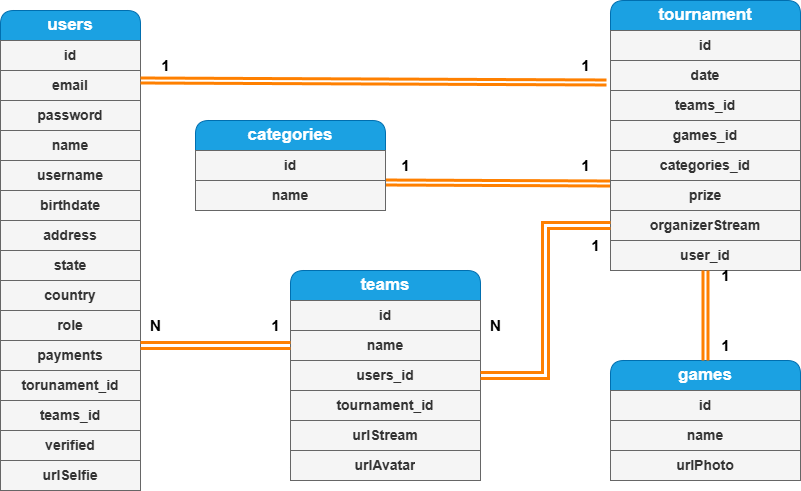
This is Diagrama Entidad Relaciones Game Stream Tournament.drawio.png from FabricioIrazoqui/DiagramaEntidad-GameStreamTorunament, a draw.io export, as it was before one commit. Source tidied: cells renumbered, new cells last; positions are measured from the earlier drawing's top-left corner, leaving out a move shared by most shapes.
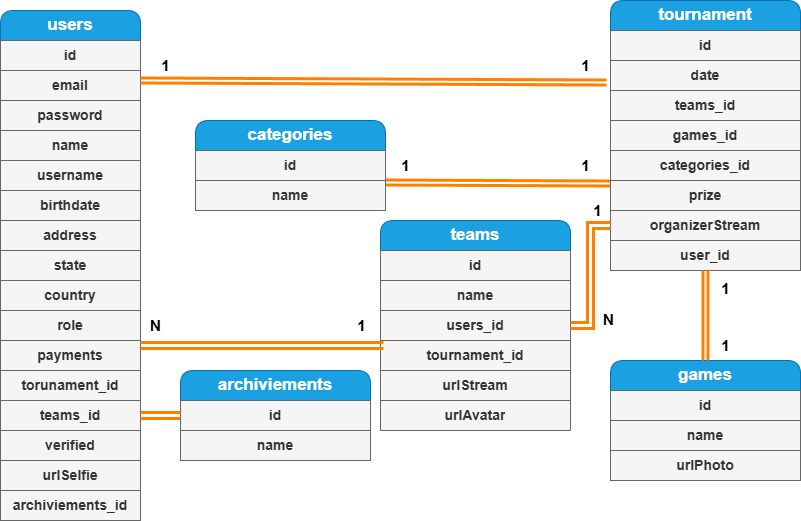
Above is the later version.

Change to the diagram source:
```diff
@@ -3,7 +3,7 @@
     <mxCell id="0" />
     <mxCell id="1" parent="0" />
     <mxCell id="2" value="&lt;b&gt;&lt;font style=&quot;font-size: 17px;&quot;&gt;users&lt;/font&gt;&lt;/b&gt;" style="swimlane;fontStyle=0;horizontal=1;startSize=30;whiteSpace=wrap;html=1;glass=0;rounded=1;shadow=0;swimlaneLine=1;fillColor=#1ba1e2;strokeColor=#006EAF;fontColor=#ffffff;" parent="1" vertex="1">
-      <mxGeometry y="10" width="140" height="480" as="geometry" />
+      <mxGeometry y="10" width="140" height="510" as="geometry" />
     </mxCell>
     <mxCell id="3" value="id" style="text;strokeColor=#666666;fillColor=#f5f5f5;align=center;verticalAlign=middle;spacingLeft=4;spacingRight=4;overflow=hidden;whiteSpace=wrap;html=1;fontColor=#333333;fontStyle=1;fontSize=14;" parent="2" vertex="1">
       <mxGeometry y="30" width="140" height="30" as="geometry" />
@@ -50,6 +50,9 @@
     <mxCell id="17" value="urlSelfie" style="text;strokeColor=#666666;fillColor=#f5f5f5;align=center;verticalAlign=middle;spacingLeft=4;spacingRight=4;overflow=hidden;whiteSpace=wrap;html=1;fontColor=#333333;fontStyle=1;fontSize=14;" parent="2" vertex="1">
       <mxGeometry y="450" width="140" height="30" as="geometry" />
     </mxCell>
+    <mxCell id="56" value="archiviements_id" style="text;strokeColor=#666666;fillColor=#f5f5f5;align=center;verticalAlign=middle;spacingLeft=4;spacingRight=4;overflow=hidden;whiteSpace=wrap;html=1;fontColor=#333333;fontStyle=1;fontSize=14;" parent="2" vertex="1">
+      <mxGeometry y="480" width="140" height="30" as="geometry" />
+    </mxCell>
     <mxCell id="18" style="edgeStyle=none;shape=link;rounded=0;jettySize=auto;html=1;exitX=0;exitY=0.1;exitDx=0;exitDy=0;entryX=1;entryY=0.067;entryDx=0;entryDy=0;width=3;strokeColor=#FF8000;strokeWidth=3;entryPerimeter=0;exitPerimeter=0;" parent="1" edge="1" source="25" target="41">
       <mxGeometry relative="1" as="geometry" />
     </mxCell>
@@ -81,7 +84,7 @@
       <mxGeometry y="240" width="190" height="30" as="geometry" />
     </mxCell>
     <mxCell id="28" value="&lt;span style=&quot;font-size: 17px;&quot;&gt;&lt;b&gt;teams&lt;/b&gt;&lt;/span&gt;" style="swimlane;fontStyle=0;horizontal=1;startSize=30;whiteSpace=wrap;html=1;glass=0;rounded=1;shadow=0;swimlaneLine=1;fillColor=#1ba1e2;strokeColor=#006EAF;fontColor=#ffffff;" parent="1" vertex="1">
-      <mxGeometry x="290" y="270" width="190" height="210" as="geometry" />
+      <mxGeometry x="380" y="220" width="190" height="210" as="geometry" />
     </mxCell>
     <mxCell id="29" value="id" style="text;strokeColor=#666666;fillColor=#f5f5f5;align=center;verticalAlign=middle;spacingLeft=4;spacingRight=4;overflow=hidden;whiteSpace=wrap;html=1;fontColor=#333333;fontStyle=1;fontSize=14;" parent="28" vertex="1">
       <mxGeometry y="30" width="190" height="30" as="geometry" />
@@ -143,22 +146,22 @@
       <mxGeometry relative="1" as="geometry" />
     </mxCell>
     <mxCell id="48" value="&lt;font style=&quot;font-size: 15px;&quot;&gt;&lt;b&gt;1&lt;/b&gt;&lt;/font&gt;" style="text;html=1;align=center;verticalAlign=middle;strokeColor=none;fillColor=none;" parent="1" vertex="1">
-      <mxGeometry x="710" y="260" width="30" height="30" as="geometry" />
+      <mxGeometry x="710" y="273" width="30" height="30" as="geometry" />
     </mxCell>
-    <mxCell id="49" style="edgeStyle=none;shape=link;rounded=0;jettySize=auto;html=1;exitX=1;exitY=1.167;exitDx=0;exitDy=0;entryX=1;entryY=0.167;entryDx=0;entryDy=0;entryPerimeter=0;strokeColor=#FF8000;strokeWidth=3;exitPerimeter=0;" parent="1" edge="1" source="51" target="13">
+    <mxCell id="49" style="edgeStyle=none;shape=link;rounded=0;jettySize=auto;html=1;exitX=0.016;exitY=0.167;exitDx=0;exitDy=0;entryX=1;entryY=0.167;entryDx=0;entryDy=0;entryPerimeter=0;strokeColor=#FF8000;strokeWidth=3;exitPerimeter=0;" parent="1" edge="1" source="32" target="13">
       <mxGeometry relative="1" as="geometry" />
     </mxCell>
     <mxCell id="50" style="edgeStyle=orthogonalEdgeStyle;shape=link;rounded=0;jettySize=auto;html=1;exitX=1;exitY=0.5;exitDx=0;exitDy=0;entryX=0;entryY=0.5;entryDx=0;entryDy=0;strokeColor=#FF8000;strokeWidth=3;" parent="1" edge="1" source="31" target="26">
       <mxGeometry relative="1" as="geometry" />
     </mxCell>
     <mxCell id="51" value="&lt;font style=&quot;font-size: 15px;&quot;&gt;&lt;b&gt;1&lt;/b&gt;&lt;/font&gt;" style="text;html=1;align=center;verticalAlign=middle;points=[];strokeColor=none;fillColor=none;" parent="1" vertex="1">
-      <mxGeometry x="260" y="310" width="30" height="30" as="geometry" />
+      <mxGeometry x="346" y="310" width="30" height="30" as="geometry" />
     </mxCell>
     <mxCell id="52" value="&lt;font style=&quot;font-size: 15px;&quot;&gt;&lt;b&gt;1&lt;/b&gt;&lt;/font&gt;" style="text;html=1;align=center;verticalAlign=middle;strokeColor=none;fillColor=none;" parent="1" vertex="1">
-      <mxGeometry x="580" y="230" width="30" height="30" as="geometry" />
+      <mxGeometry x="582" y="195" width="30" height="30" as="geometry" />
     </mxCell>
     <mxCell id="53" value="&lt;font style=&quot;font-size: 15px;&quot;&gt;&lt;b&gt;N&lt;/b&gt;&lt;/font&gt;" style="text;html=1;align=center;verticalAlign=middle;strokeColor=none;fillColor=none;" parent="1" vertex="1">
-      <mxGeometry x="480" y="310" width="30" height="30" as="geometry" />
+      <mxGeometry x="593" y="304" width="30" height="30" as="geometry" />
     </mxCell>
     <mxCell id="54" value="&lt;font style=&quot;font-size: 15px;&quot;&gt;&lt;b&gt;N&lt;/b&gt;&lt;/font&gt;" style="text;html=1;align=center;verticalAlign=middle;strokeColor=none;fillColor=none;" parent="1" vertex="1">
       <mxGeometry x="140" y="310" width="30" height="30" as="geometry" />
@@ -166,5 +169,17 @@
     <mxCell id="55" value="&lt;font style=&quot;font-size: 15px;&quot;&gt;&lt;b&gt;1&lt;/b&gt;&lt;/font&gt;" style="text;html=1;align=center;verticalAlign=middle;strokeColor=none;fillColor=none;" parent="1" vertex="1">
       <mxGeometry x="570" y="50" width="30" height="30" as="geometry" />
     </mxCell>
+    <mxCell id="57" value="&lt;span style=&quot;font-size: 17px;&quot;&gt;&lt;b&gt;archiviements&lt;/b&gt;&lt;/span&gt;" style="swimlane;fontStyle=0;horizontal=1;startSize=30;whiteSpace=wrap;html=1;glass=0;rounded=1;shadow=0;swimlaneLine=1;fillColor=#1ba1e2;strokeColor=#006EAF;fontColor=#ffffff;" parent="1" vertex="1">
+      <mxGeometry x="180" y="370" width="190" height="90" as="geometry" />
+    </mxCell>
+    <mxCell id="58" value="id" style="text;strokeColor=#666666;fillColor=#f5f5f5;align=center;verticalAlign=middle;spacingLeft=4;spacingRight=4;overflow=hidden;points=[[0,0.5],[1,0.5]];portConstraint=eastwest;whiteSpace=wrap;html=1;fontColor=#333333;fontStyle=1;fontSize=14;" parent="57" vertex="1">
+      <mxGeometry y="30" width="190" height="30" as="geometry" />
+    </mxCell>
+    <mxCell id="59" value="name" style="text;strokeColor=#666666;fillColor=#f5f5f5;align=center;verticalAlign=middle;spacingLeft=4;spacingRight=4;overflow=hidden;whiteSpace=wrap;html=1;fontColor=#333333;fontStyle=1;fontSize=14;" parent="57" vertex="1">
+      <mxGeometry y="60" width="190" height="30" as="geometry" />
+    </mxCell>
+    <mxCell id="60" style="edgeStyle=orthogonalEdgeStyle;shape=link;rounded=0;jettySize=auto;html=1;exitX=1;exitY=0.5;exitDx=0;exitDy=0;entryX=0;entryY=0.5;entryDx=0;entryDy=0;strokeColor=#FF8000;strokeWidth=3;" parent="1" edge="1" source="15" target="58">
+      <mxGeometry relative="1" as="geometry" />
+    </mxCell>
   </root>
 </mxGraphModel>
```
